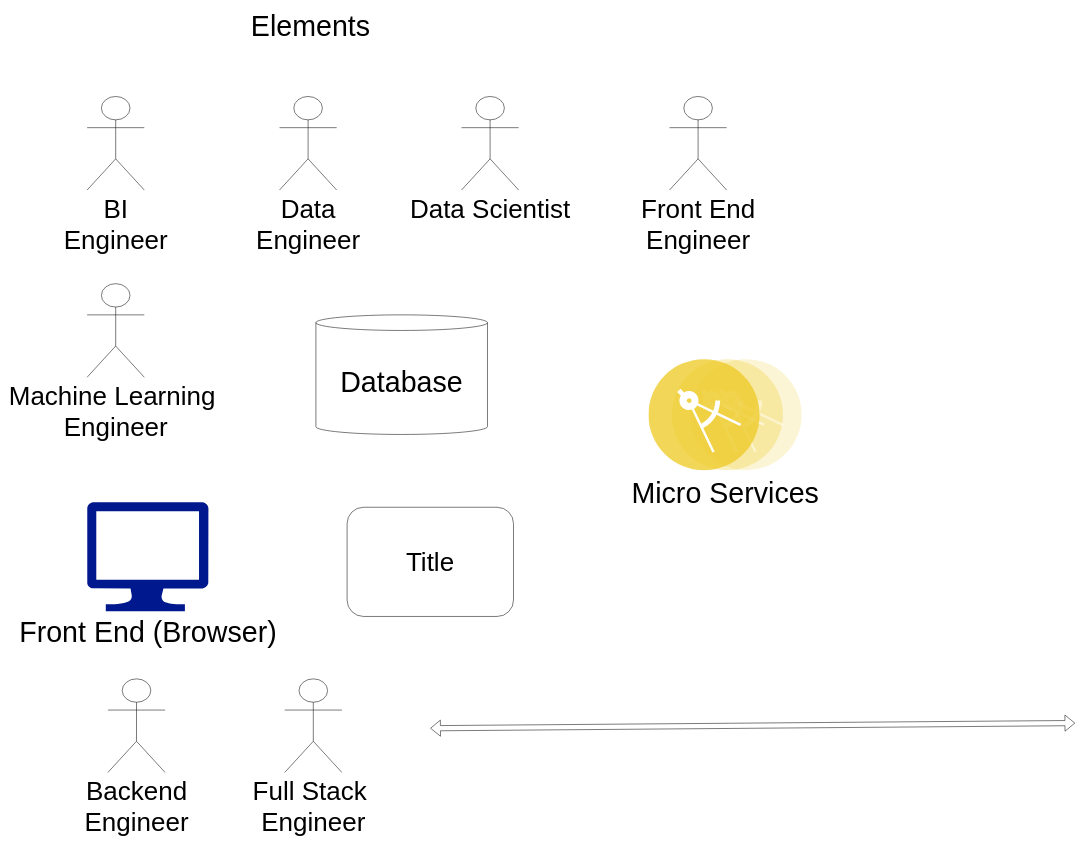
The draw.io diagram page "Elements" (2 of 2) of talks/iit-b/Career In Analytics.drawio in aTechGuide/draw.io, before the edit. Source tidied: cells renumbered, new cells numbered last; positions are measured from the earlier drawing's top-left corner, leaving out a move shared by most shapes. Both pictures are drawn from the tidied source at 52%, with x=0, y=0 at pixel (87, 18).
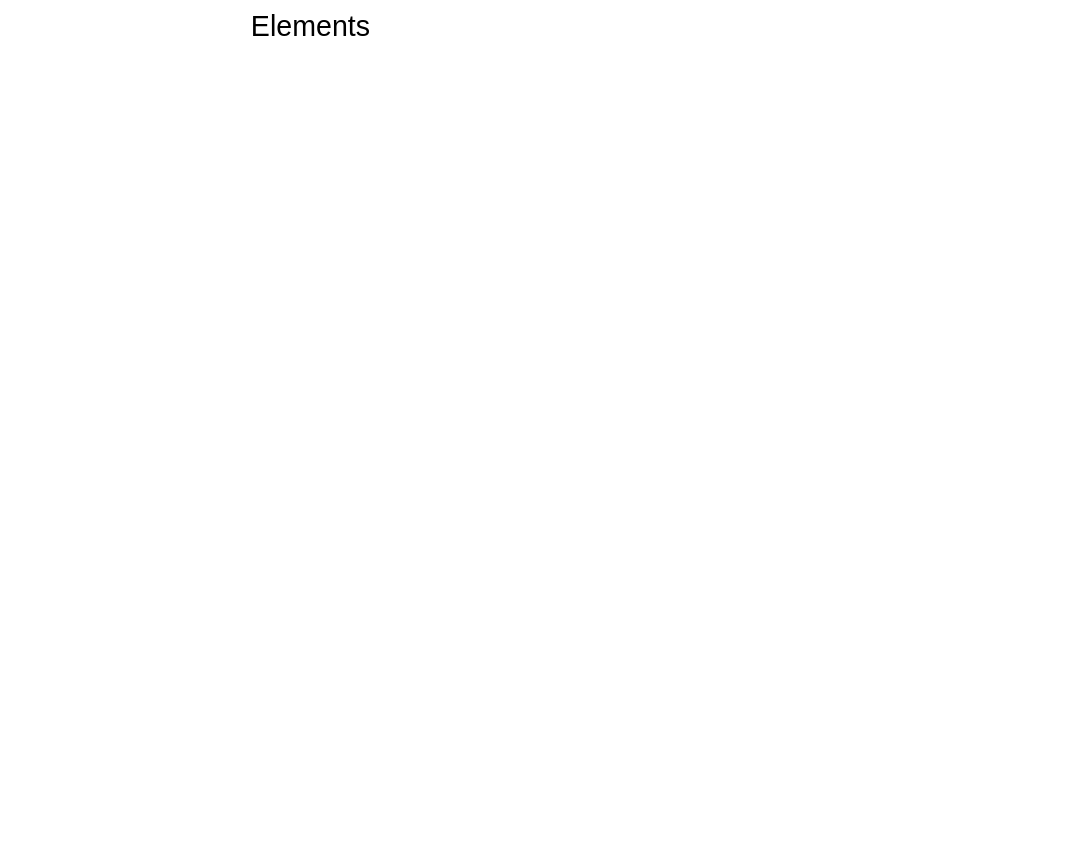
The same diagram, later.

Diff of the diagram source:
```diff
@@
 <mxGraphModel>
   <root>
     <mxCell id="0" />
     <mxCell id="1" parent="0" />
     <mxCell id="2" value="&lt;font style=&quot;font-size: 55px;&quot;&gt;Elements&lt;/font&gt;" style="text;html=1;strokeColor=none;fillColor=none;align=center;verticalAlign=middle;whiteSpace=wrap;rounded=0;" parent="1" vertex="1">
       <mxGeometry x="305" width="250" height="30" as="geometry" />
     </mxCell>
-    <mxCell id="3" value="&lt;font style=&quot;font-size: 50px;&quot;&gt;BI&lt;br&gt;Engineer&lt;br&gt;&lt;/font&gt;" style="shape=umlActor;verticalLabelPosition=bottom;verticalAlign=top;html=1;" parent="1" vertex="1">
-      <mxGeometry y="150" width="110" height="180" as="geometry" />
-    </mxCell>
-    <mxCell id="4" value="&lt;font style=&quot;font-size: 50px;&quot;&gt;Data&lt;br&gt;Engineer&lt;br&gt;&lt;/font&gt;" style="shape=umlActor;verticalLabelPosition=bottom;verticalAlign=top;html=1;" parent="1" vertex="1">
-      <mxGeometry x="370" y="150" width="110" height="180" as="geometry" />
-    </mxCell>
-    <mxCell id="5" value="&lt;font style=&quot;font-size: 50px;&quot;&gt;Data Scientist&lt;br&gt;&lt;/font&gt;" style="shape=umlActor;verticalLabelPosition=bottom;verticalAlign=top;html=1;" parent="1" vertex="1">
-      <mxGeometry x="720" y="150" width="110" height="180" as="geometry" />
-    </mxCell>
-    <mxCell id="6" value="&lt;font style=&quot;font-size: 50px;&quot;&gt;Machine Learning&amp;nbsp;&lt;br&gt;Engineer&lt;br&gt;&lt;/font&gt;" style="shape=umlActor;verticalLabelPosition=bottom;verticalAlign=top;html=1;" parent="1" vertex="1">
-      <mxGeometry y="510" width="110" height="180" as="geometry" />
-    </mxCell>
-    <mxCell id="7" value="&lt;font style=&quot;font-size: 55px;&quot;&gt;Database&lt;/font&gt;" style="shape=cylinder3;whiteSpace=wrap;html=1;boundedLbl=1;backgroundOutline=1;size=15;" parent="1" vertex="1">
-      <mxGeometry x="440" y="570" width="330" height="230" as="geometry" />
-    </mxCell>
-    <mxCell id="8" value="&lt;font style=&quot;font-size: 55px;&quot;&gt;Front End (Browser)&lt;/font&gt;" style="sketch=0;shadow=0;dashed=0;html=1;strokeColor=none;labelPosition=center;verticalLabelPosition=bottom;verticalAlign=top;align=center;fillColor=#00188D;shape=mxgraph.azure.computer;" parent="1" vertex="1">
-      <mxGeometry y="930" width="233.3" height="210" as="geometry" />
-    </mxCell>
-    <mxCell id="9" value="&lt;font style=&quot;font-size: 50px;&quot;&gt;Front End&lt;br&gt;Engineer&lt;br&gt;&lt;/font&gt;" style="shape=umlActor;verticalLabelPosition=bottom;verticalAlign=top;html=1;" parent="1" vertex="1">
-      <mxGeometry x="1120" y="150" width="110" height="180" as="geometry" />
-    </mxCell>
-    <mxCell id="10" value="&lt;font style=&quot;font-size: 50px;&quot;&gt;Title&lt;/font&gt;" style="rounded=1;whiteSpace=wrap;html=1;" parent="1" vertex="1">
-      <mxGeometry x="500" y="940" width="320" height="210" as="geometry" />
-    </mxCell>
-    <mxCell id="11" value="&lt;font color=&quot;#000000&quot; style=&quot;font-size: 55px;&quot;&gt;Micro Services&lt;/font&gt;" style="image;perimeter=ellipsePerimeter;html=1;align=center;shadow=0;dashed=0;fontColor=#4277BB;labelBackgroundColor=default;fontSize=12;spacingTop=3;image=img/lib/ibm/applications/microservice.svg;" parent="1" vertex="1">
-      <mxGeometry x="1080" y="655" width="294.6" height="215" as="geometry" />
-    </mxCell>
-    <mxCell id="12" value="&lt;font style=&quot;font-size: 50px;&quot;&gt;Backend&lt;br&gt;Engineer&lt;br&gt;&lt;/font&gt;" style="shape=umlActor;verticalLabelPosition=bottom;verticalAlign=top;html=1;" parent="1" vertex="1">
-      <mxGeometry x="40" y="1270" width="110" height="180" as="geometry" />
-    </mxCell>
-    <mxCell id="13" value="&lt;font style=&quot;font-size: 50px;&quot;&gt;Full Stack&amp;nbsp;&lt;br&gt;Engineer&lt;br&gt;&lt;/font&gt;" style="shape=umlActor;verticalLabelPosition=bottom;verticalAlign=top;html=1;" parent="1" vertex="1">
-      <mxGeometry x="380" y="1270" width="110" height="180" as="geometry" />
-    </mxCell>
-    <mxCell id="14" style="shape=flexArrow;endArrow=classic;startArrow=classic;html=1;rounded=0;" parent="1" edge="1">
-      <mxGeometry relative="1" as="geometry">
-        <mxPoint x="660" y="1365" as="sourcePoint" />
-        <mxPoint x="1900" y="1355" as="targetPoint" />
-      </mxGeometry>
-    </mxCell>
   </root>
 </mxGraphModel>
```
